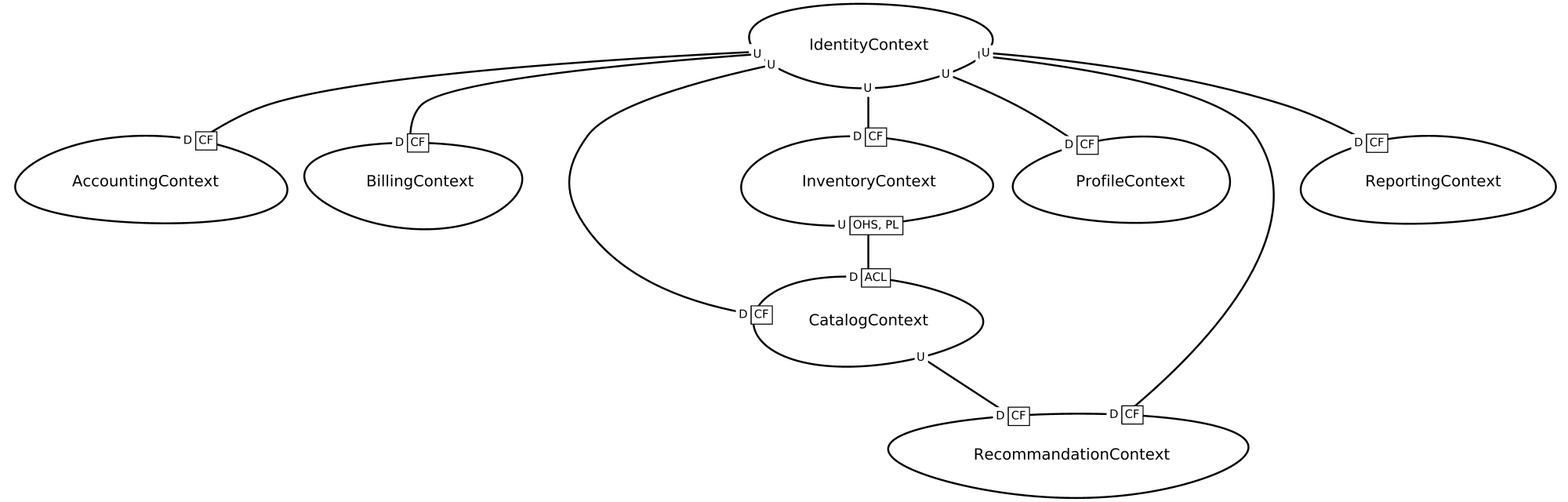
Above: src-gen/movies-albrains_ContextMap.png in movies-albrains/.github (Graphviz), before the change. Its source is kept beside it as src-gen/movies-albrains_ContextMap.gv.
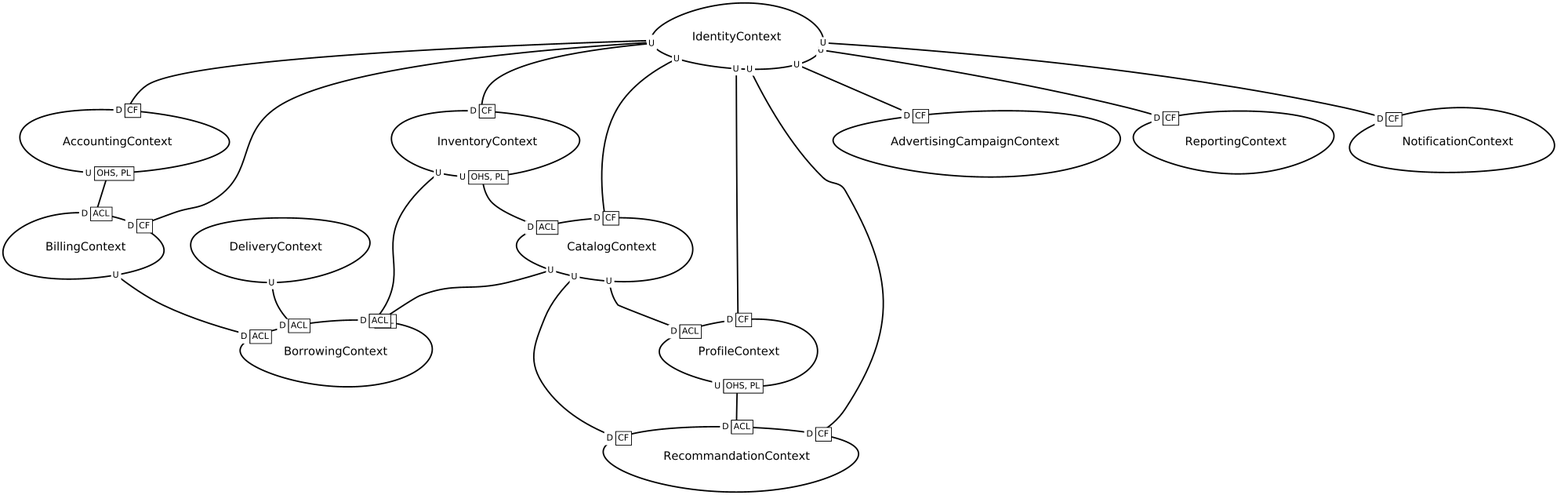
After the change.

Commit message:
update context map

Change to the diagram source:
```diff
@@ -1,14 +1,58 @@
 digraph "ContextMapGraph" {
 graph ["imagepath"="/tmp/GraphvizJava"]
-"AccountingContext" ["margin"="0.3","orientation"="172","shape"="egg","fontsize"="16","style"="bold","label"="AccountingContext\n","fontname"="sans-serif"]
-"BillingContext" ["margin"="0.3","orientation"="131","shape"="egg","fontsize"="16","style"="bold","label"="BillingContext\n","fontname"="sans-serif"]
-"CatalogContext" ["margin"="0.3","orientation"="1","shape"="egg","fontsize"="16","style"="bold","label"="CatalogContext\n","fontname"="sans-serif"]
-"RecommandationContext" ["margin"="0.3","orientation"="68","shape"="egg","fontsize"="16","style"="bold","label"="RecommandationContext\n","fontname"="sans-serif"]
-"IdentityContext" ["margin"="0.3","orientation"="251","shape"="egg","fontsize"="16","style"="bold","label"="IdentityContext\n","fontname"="sans-serif"]
-"ProfileContext" ["margin"="0.3","orientation"="130","shape"="egg","fontsize"="16","style"="bold","label"="ProfileContext\n","fontname"="sans-serif"]
-"InventoryContext" ["margin"="0.3","orientation"="267","shape"="egg","fontsize"="16","style"="bold","label"="InventoryContext\n","fontname"="sans-serif"]
-"ReportingContext" ["margin"="0.3","orientation"="22","shape"="egg","fontsize"="16","style"="bold","label"="ReportingContext\n","fontname"="sans-serif"]
+"AccountingContext" ["margin"="0.3","orientation"="128","shape"="egg","fontsize"="16","style"="bold","label"="AccountingContext\n","fontname"="sans-serif"]
+"BillingContext" ["margin"="0.3","orientation"="109","shape"="egg","fontsize"="16","style"="bold","label"="BillingContext\n","fontname"="sans-serif"]
+"BorrowingContext" ["margin"="0.3","orientation"="147","shape"="egg","fontsize"="16","style"="bold","label"="BorrowingContext\n","fontname"="sans-serif"]
+"AdvertisingCampaignContext" ["margin"="0.3","orientation"="47","shape"="egg","fontsize"="16","style"="bold","label"="AdvertisingCampaignContext\n","fontname"="sans-serif"]
+"CatalogContext" ["margin"="0.3","orientation"="66","shape"="egg","fontsize"="16","style"="bold","label"="CatalogContext\n","fontname"="sans-serif"]
+"RecommandationContext" ["margin"="0.3","orientation"="23","shape"="egg","fontsize"="16","style"="bold","label"="RecommandationContext\n","fontname"="sans-serif"]
+"ProfileContext" ["margin"="0.3","orientation"="141","shape"="egg","fontsize"="16","style"="bold","label"="ProfileContext\n","fontname"="sans-serif"]
+"DeliveryContext" ["margin"="0.3","orientation"="312","shape"="egg","fontsize"="16","style"="bold","label"="DeliveryContext\n","fontname"="sans-serif"]
+"IdentityContext" ["margin"="0.3","orientation"="327","shape"="egg","fontsize"="16","style"="bold","label"="IdentityContext\n","fontname"="sans-serif"]
+"ReportingContext" ["margin"="0.3","orientation"="342","shape"="egg","fontsize"="16","style"="bold","label"="ReportingContext\n","fontname"="sans-serif"]
+"InventoryContext" ["margin"="0.3","orientation"="64","shape"="egg","fontsize"="16","style"="bold","label"="InventoryContext\n","fontname"="sans-serif"]
+"NotificationContext" ["margin"="0.3","orientation"="70","shape"="egg","fontsize"="16","style"="bold","label"="NotificationContext\n","fontname"="sans-serif"]
+"AccountingContext" -> "BillingContext" ["headlabel"=<<table cellspacing="0" cellborder="1" border="0">
+<tr><td bgcolor="white" sides="r">D</td><td sides="trbl" bgcolor="white"><font>ACL</font></td></tr>
+</table>>,"labeldistance"="0","fontsize"="12","taillabel"=<<table cellspacing="0" cellborder="1" border="0">
+<tr><td bgcolor="white" sides="r">U</td><td sides="trbl" bgcolor="white"><font>OHS, PL</font></td></tr>
+</table>>,"style"="bold","label"="                                        ","dir"="none","fontname"="sans-serif"]
+"BillingContext" -> "BorrowingContext" ["headlabel"=<<table cellspacing="0" cellborder="1" border="0">
+<tr><td bgcolor="white" sides="r">D</td><td sides="trbl" bgcolor="white"><font>ACL</font></td></tr>
+</table>>,"labeldistance"="0","fontsize"="12","taillabel"=<<table cellspacing="0" cellborder="0" border="0">
+<tr><td bgcolor="white">U</td></tr>
+</table>>,"style"="bold","label"="                                        ","dir"="none","fontname"="sans-serif"]
 "CatalogContext" -> "RecommandationContext" ["headlabel"=<<table cellspacing="0" cellborder="1" border="0">
+<tr><td bgcolor="white" sides="r">D</td><td sides="trbl" bgcolor="white"><font>CF</font></td></tr>
+</table>>,"labeldistance"="0","fontsize"="12","taillabel"=<<table cellspacing="0" cellborder="0" border="0">
+<tr><td bgcolor="white">U</td></tr>
+</table>>,"style"="bold","label"="                                        ","dir"="none","fontname"="sans-serif"]
+"CatalogContext" -> "BorrowingContext" ["headlabel"=<<table cellspacing="0" cellborder="1" border="0">
+<tr><td bgcolor="white" sides="r">D</td><td sides="trbl" bgcolor="white"><font>ACL</font></td></tr>
+</table>>,"labeldistance"="0","fontsize"="12","taillabel"=<<table cellspacing="0" cellborder="0" border="0">
+<tr><td bgcolor="white">U</td></tr>
+</table>>,"style"="bold","label"="                                        ","dir"="none","fontname"="sans-serif"]
+"CatalogContext" -> "ProfileContext" ["headlabel"=<<table cellspacing="0" cellborder="1" border="0">
+<tr><td bgcolor="white" sides="r">D</td><td sides="trbl" bgcolor="white"><font>ACL</font></td></tr>
+</table>>,"labeldistance"="0","fontsize"="12","taillabel"=<<table cellspacing="0" cellborder="0" border="0">
+<tr><td bgcolor="white">U</td></tr>
+</table>>,"style"="bold","label"="                                        ","dir"="none","fontname"="sans-serif"]
+"ProfileContext" -> "RecommandationContext" ["headlabel"=<<table cellspacing="0" cellborder="1" border="0">
+<tr><td bgcolor="white" sides="r">D</td><td sides="trbl" bgcolor="white"><font>ACL</font></td></tr>
+</table>>,"labeldistance"="0","fontsize"="12","taillabel"=<<table cellspacing="0" cellborder="1" border="0">
+<tr><td bgcolor="white" sides="r">U</td><td sides="trbl" bgcolor="white"><font>OHS, PL</font></td></tr>
+</table>>,"style"="bold","label"="                                        ","dir"="none","fontname"="sans-serif"]
+"DeliveryContext" -> "BorrowingContext" ["headlabel"=<<table cellspacing="0" cellborder="1" border="0">
+<tr><td bgcolor="white" sides="r">D</td><td sides="trbl" bgcolor="white"><font>ACL</font></td></tr>
+</table>>,"labeldistance"="0","fontsize"="12","taillabel"=<<table cellspacing="0" cellborder="0" border="0">
+<tr><td bgcolor="white">U</td></tr>
+</table>>,"style"="bold","label"="                                        ","dir"="none","fontname"="sans-serif"]
+"IdentityContext" -> "ProfileContext" ["headlabel"=<<table cellspacing="0" cellborder="1" border="0">
+<tr><td bgcolor="white" sides="r">D</td><td sides="trbl" bgcolor="white"><font>CF</font></td></tr>
+</table>>,"labeldistance"="0","fontsize"="12","taillabel"=<<table cellspacing="0" cellborder="0" border="0">
+<tr><td bgcolor="white">U</td></tr>
+</table>>,"style"="bold","label"="                                        ","dir"="none","fontname"="sans-serif"]
+"IdentityContext" -> "ReportingContext" ["headlabel"=<<table cellspacing="0" cellborder="1" border="0">
 <tr><td bgcolor="white" sides="r">D</td><td sides="trbl" bgcolor="white"><font>CF</font></td></tr>
 </table>>,"labeldistance"="0","fontsize"="12","taillabel"=<<table cellspacing="0" cellborder="0" border="0">
 <tr><td bgcolor="white">U</td></tr>
@@ -18,12 +62,17 @@
 </table>>,"labeldistance"="0","fontsize"="12","taillabel"=<<table cellspacing="0" cellborder="0" border="0">
 <tr><td bgcolor="white">U</td></tr>
 </table>>,"style"="bold","label"="                                        ","dir"="none","fontname"="sans-serif"]
-"IdentityContext" -> "ProfileContext" ["headlabel"=<<table cellspacing="0" cellborder="1" border="0">
+"IdentityContext" -> "BillingContext" ["headlabel"=<<table cellspacing="0" cellborder="1" border="0">
 <tr><td bgcolor="white" sides="r">D</td><td sides="trbl" bgcolor="white"><font>CF</font></td></tr>
 </table>>,"labeldistance"="0","fontsize"="12","taillabel"=<<table cellspacing="0" cellborder="0" border="0">
 <tr><td bgcolor="white">U</td></tr>
 </table>>,"style"="bold","label"="                                        ","dir"="none","fontname"="sans-serif"]
-"IdentityContext" -> "BillingContext" ["headlabel"=<<table cellspacing="0" cellborder="1" border="0">
+"IdentityContext" -> "AdvertisingCampaignContext" ["headlabel"=<<table cellspacing="0" cellborder="1" border="0">
+<tr><td bgcolor="white" sides="r">D</td><td sides="trbl" bgcolor="white"><font>CF</font></td></tr>
+</table>>,"labeldistance"="0","fontsize"="12","taillabel"=<<table cellspacing="0" cellborder="0" border="0">
+<tr><td bgcolor="white">U</td></tr>
+</table>>,"style"="bold","label"="                                        ","dir"="none","fontname"="sans-serif"]
+"IdentityContext" -> "InventoryContext" ["headlabel"=<<table cellspacing="0" cellborder="1" border="0">
 <tr><td bgcolor="white" sides="r">D</td><td sides="trbl" bgcolor="white"><font>CF</font></td></tr>
 </table>>,"labeldistance"="0","fontsize"="12","taillabel"=<<table cellspacing="0" cellborder="0" border="0">
 <tr><td bgcolor="white">U</td></tr>
@@ -33,17 +82,12 @@
 </table>>,"labeldistance"="0","fontsize"="12","taillabel"=<<table cellspacing="0" cellborder="0" border="0">
 <tr><td bgcolor="white">U</td></tr>
 </table>>,"style"="bold","label"="                                        ","dir"="none","fontname"="sans-serif"]
-"IdentityContext" -> "InventoryContext" ["headlabel"=<<table cellspacing="0" cellborder="1" border="0">
+"IdentityContext" -> "RecommandationContext" ["headlabel"=<<table cellspacing="0" cellborder="1" border="0">
 <tr><td bgcolor="white" sides="r">D</td><td sides="trbl" bgcolor="white"><font>CF</font></td></tr>
 </table>>,"labeldistance"="0","fontsize"="12","taillabel"=<<table cellspacing="0" cellborder="0" border="0">
 <tr><td bgcolor="white">U</td></tr>
 </table>>,"style"="bold","label"="                                        ","dir"="none","fontname"="sans-serif"]
-"IdentityContext" -> "ReportingContext" ["headlabel"=<<table cellspacing="0" cellborder="1" border="0">
-<tr><td bgcolor="white" sides="r">D</td><td sides="trbl" bgcolor="white"><font>CF</font></td></tr>
-</table>>,"labeldistance"="0","fontsize"="12","taillabel"=<<table cellspacing="0" cellborder="0" border="0">
-<tr><td bgcolor="white">U</td></tr>
-</table>>,"style"="bold","label"="                                        ","dir"="none","fontname"="sans-serif"]
-"IdentityContext" -> "RecommandationContext" ["headlabel"=<<table cellspacing="0" cellborder="1" border="0">
+"IdentityContext" -> "NotificationContext" ["headlabel"=<<table cellspacing="0" cellborder="1" border="0">
 <tr><td bgcolor="white" sides="r">D</td><td sides="trbl" bgcolor="white"><font>CF</font></td></tr>
 </table>>,"labeldistance"="0","fontsize"="12","taillabel"=<<table cellspacing="0" cellborder="0" border="0">
 <tr><td bgcolor="white">U</td></tr>
@@ -53,4 +97,9 @@
 </table>>,"labeldistance"="0","fontsize"="12","taillabel"=<<table cellspacing="0" cellborder="1" border="0">
 <tr><td bgcolor="white" sides="r">U</td><td sides="trbl" bgcolor="white"><font>OHS, PL</font></td></tr>
 </table>>,"style"="bold","label"="                                        ","dir"="none","fontname"="sans-serif"]
+"InventoryContext" -> "BorrowingContext" ["headlabel"=<<table cellspacing="0" cellborder="1" border="0">
+<tr><td bgcolor="white" sides="r">D</td><td sides="trbl" bgcolor="white"><font>ACL</font></td></tr>
+</table>>,"labeldistance"="0","fontsize"="12","taillabel"=<<table cellspacing="0" cellborder="0" border="0">
+<tr><td bgcolor="white">U</td></tr>
+</table>>,"style"="bold","label"="                                        ","dir"="none","fontname"="sans-serif"]
 }
```
